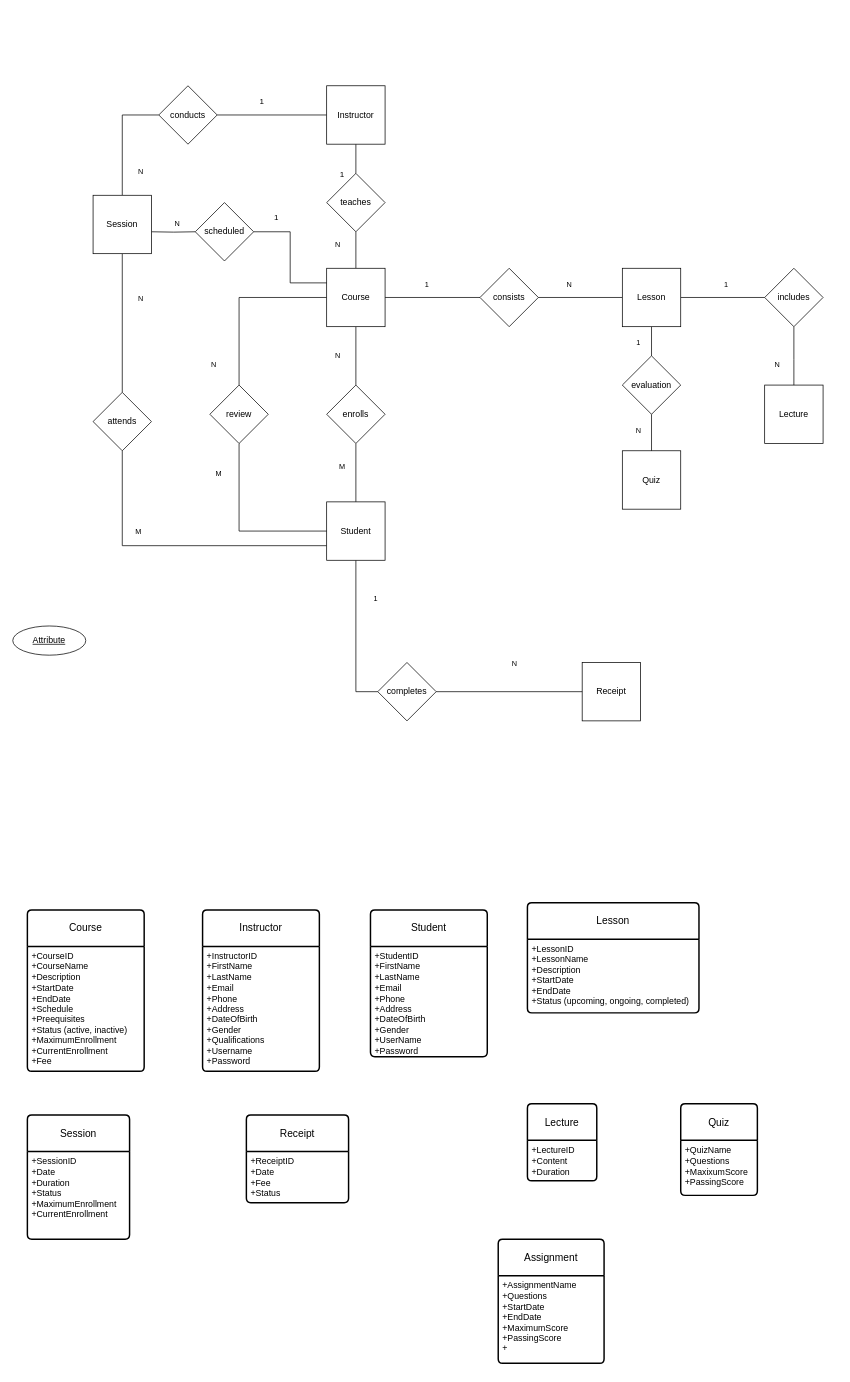
charisvt/edulink keeps this draw.io diagram as ER.drawio. Above is the earlier version. Source tidied: cells renumbered, new cells numbered last; positions are measured from the earlier drawing's top-left corner, leaving out a move shared by most shapes. Both pictures are drawn from the tidied source at 73%, with x=0, y=0 at pixel (12, 12).
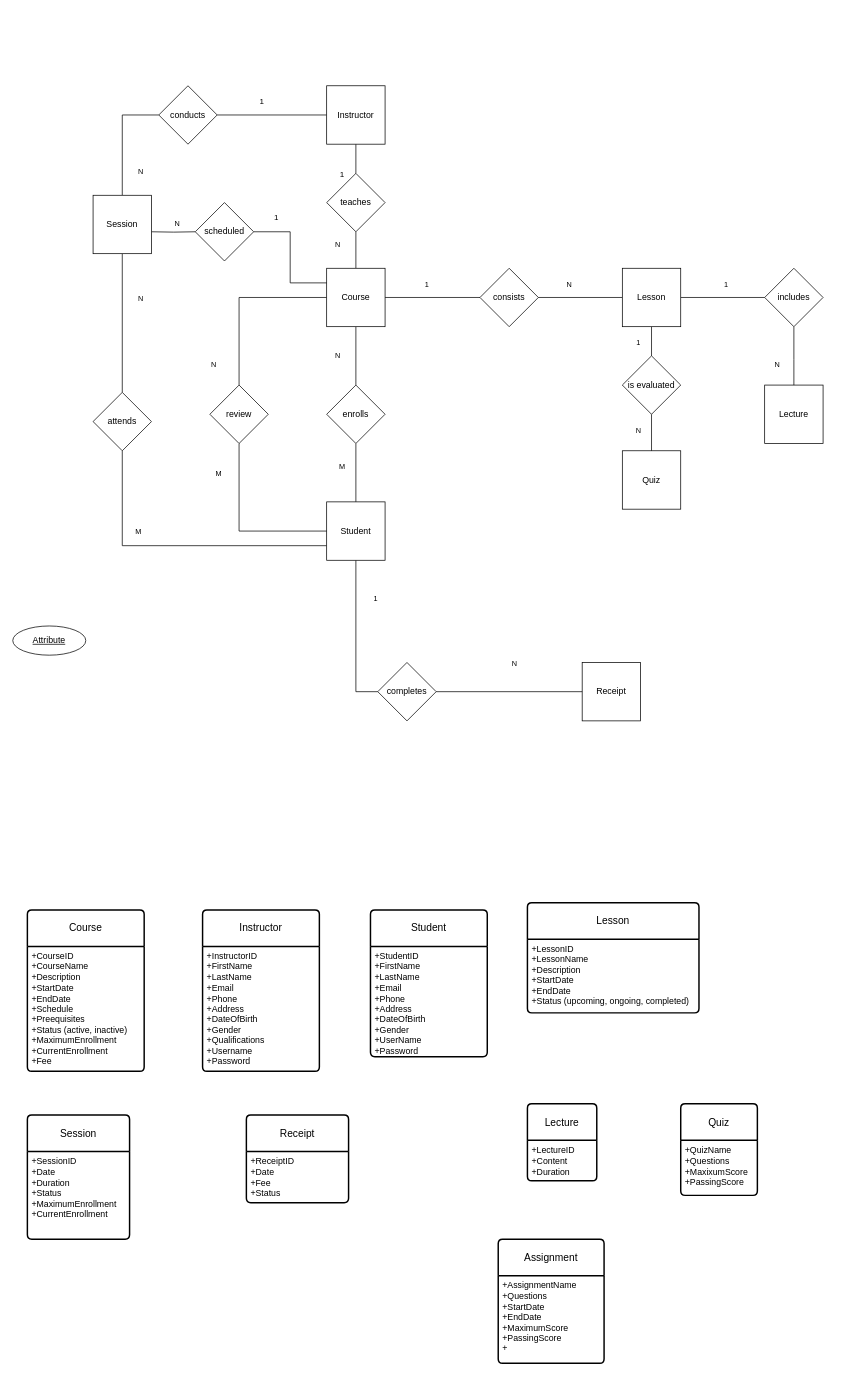
After the change.

Change to the diagram source:
```diff
@@
-    <mxCell id="85" value="evaluation" style="rhombus;whiteSpace=wrap;html=1;" parent="1" vertex="1">
+    <mxCell id="85" value="is evaluated&lt;br&gt;" style="rhombus;whiteSpace=wrap;html=1;" parent="1" vertex="1">
       <mxGeometry x="835" y="470" width="80" height="80" as="geometry" />
     </mxCell>
```
